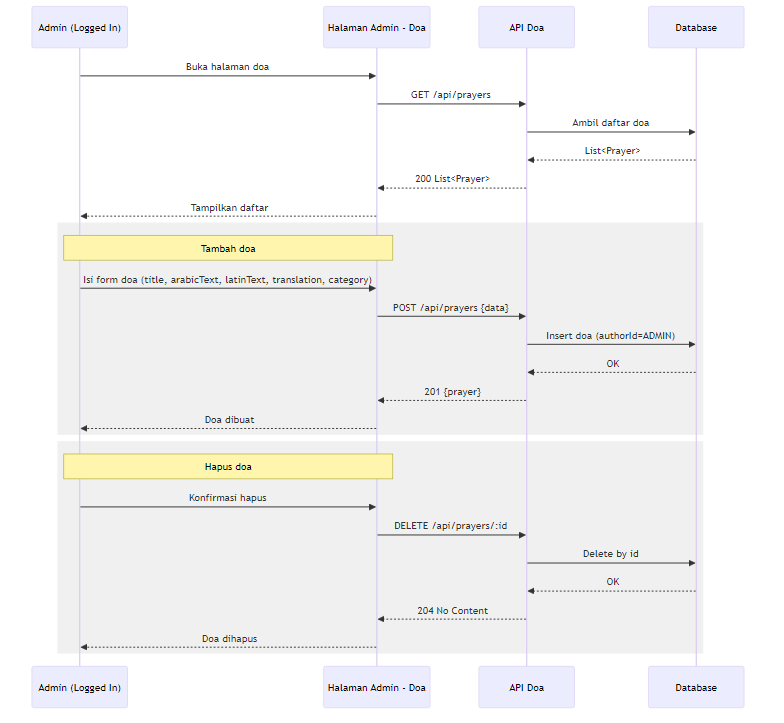
The Mermaid diagram public/diagrams/seq_manajemen_doa.png in QilAqil/PPTB_BQ, before a commit. Its source is kept beside it as diagrams/seq_manajemen_doa.mmd.
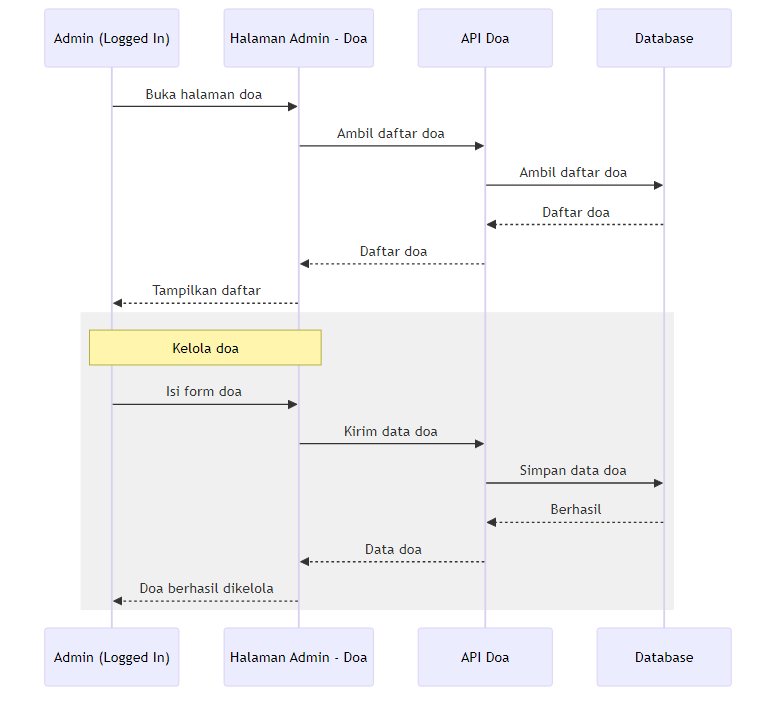
After the change.

Diff of the diagram source:
```diff
@@ -5,28 +5,18 @@
   participant DB as Database
 
   A->>UI: Buka halaman doa
-  UI->>API: GET /api/prayers
+  UI->>API: Ambil daftar doa
   API->>DB: Ambil daftar doa
-  DB-->>API: List<Prayer>
-  API-->>UI: 200 List<Prayer>
+  DB-->>API: Daftar doa
+  API-->>UI: Daftar doa
   UI-->>A: Tampilkan daftar
 
   rect rgb(240,240,240)
-    note over A,UI: Tambah doa
-    A->>UI: Isi form doa (title, arabicText, latinText, translation, category)
-    UI->>API: POST /api/prayers {data}
-    API->>DB: Insert doa (authorId=ADMIN)
-    DB-->>API: OK
-    API-->>UI: 201 {prayer}
-    UI-->>A: Doa dibuat
+    note over A,UI: Kelola doa
+    A->>UI: Isi form doa
+    UI->>API: Kirim data doa
+    API->>DB: Simpan data doa
+    DB-->>API: Berhasil
+    API-->>UI: Data doa
+    UI-->>A: Doa berhasil dikelola
   end
-
-  rect rgb(240,240,240)
-    note over A,UI: Hapus doa
-    A->>UI: Konfirmasi hapus
-    UI->>API: DELETE /api/prayers/:id
-    API->>DB: Delete by id
-    DB-->>API: OK
-    API-->>UI: 204 No Content
-    UI-->>A: Doa dihapus
-  end
```
